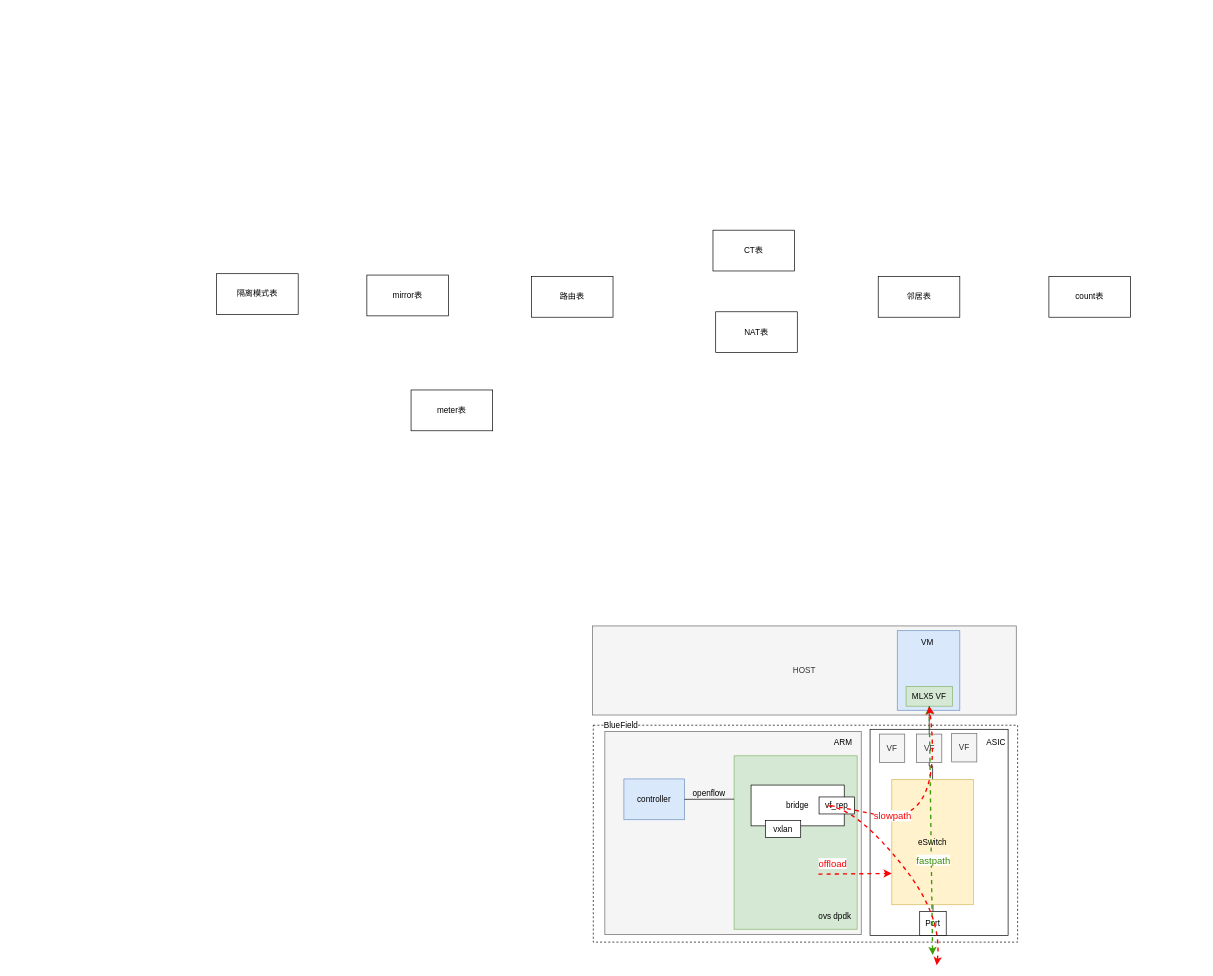
Earlier version of the draw.io diagram page "gw offload" (2 of 6) of dpdk.drawio (imoceanking/drawio). Source tidied: cells renumbered, new cells numbered last; positions are measured from the earlier drawing's top-left corner, leaving out a move shared by most shapes. Both pictures are drawn from the tidied source at 68%, with x=0, y=0 at pixel (216, 230).
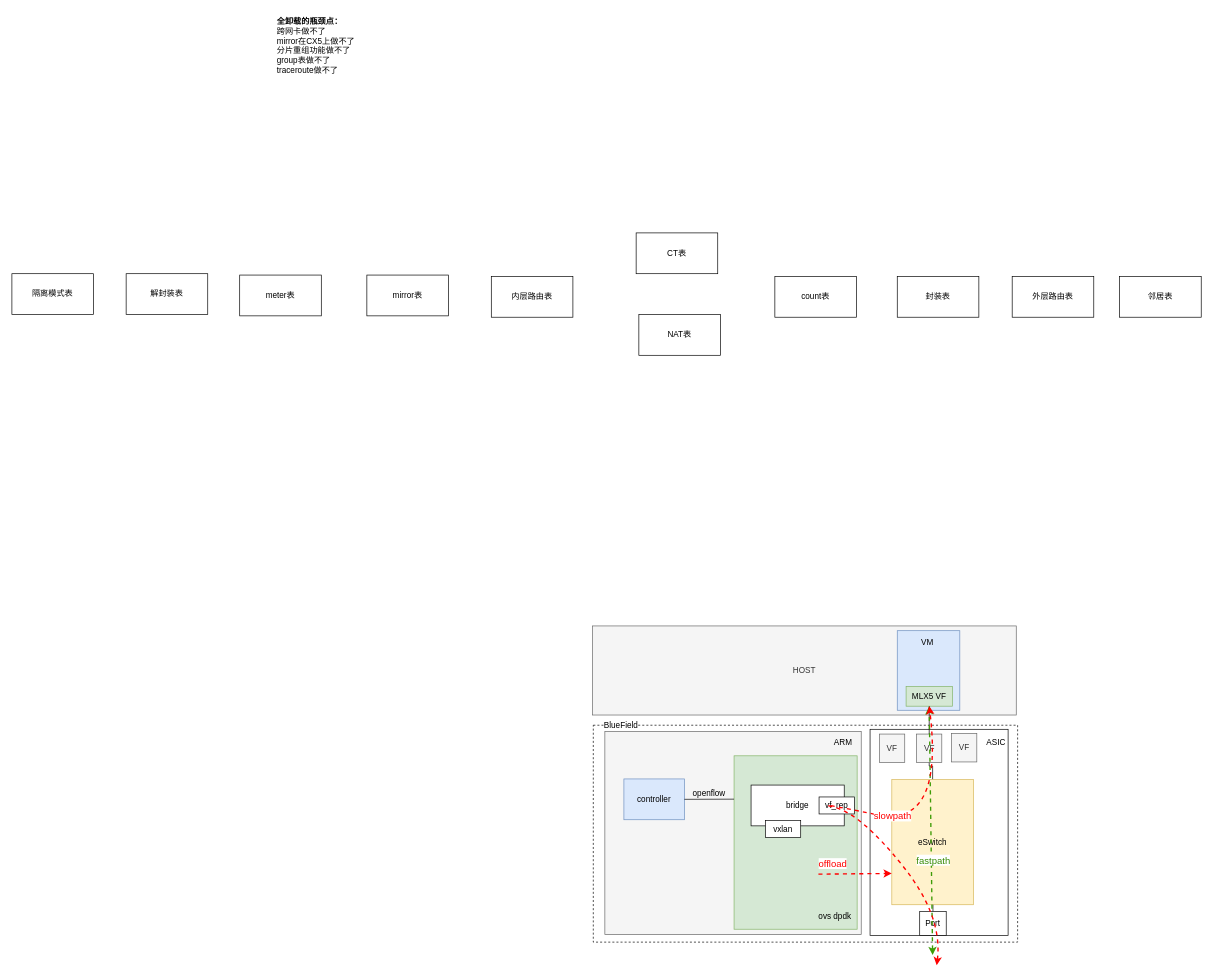
After the change.

Change to the diagram source:
```diff
@@
     <mxCell id="34" value="NAT表" style="whiteSpace=wrap;html=1;rounded=0;" parent="1" vertex="1">
-      <mxGeometry x="734" y="120" width="120" height="60" as="geometry" />
+      <mxGeometry x="621" y="124" width="120" height="60" as="geometry" />
     </mxCell>
     <mxCell id="35" value="CT表" style="whiteSpace=wrap;html=1;rounded=0;" parent="1" vertex="1">
-      <mxGeometry x="730" width="120" height="60" as="geometry" />
+      <mxGeometry x="617" y="4" width="120" height="60" as="geometry" />
     </mxCell>
-    <mxCell id="36" value="路由表" style="whiteSpace=wrap;html=1;rounded=0;" parent="1" vertex="1">
-      <mxGeometry x="463" y="68" width="120" height="60" as="geometry" />
+    <mxCell id="36" value="内层路由表" style="whiteSpace=wrap;html=1;rounded=0;" parent="1" vertex="1">
+      <mxGeometry x="404" y="68" width="120" height="60" as="geometry" />
     </mxCell>
     <mxCell id="37" value="邻居表" style="whiteSpace=wrap;html=1;rounded=0;" parent="1" vertex="1">
-      <mxGeometry x="973" y="68" width="120" height="60" as="geometry" />
+      <mxGeometry x="1328" y="68" width="120" height="60" as="geometry" />
     </mxCell>
@@
     <mxCell id="39" value="meter表" style="whiteSpace=wrap;html=1;rounded=0;" parent="1" vertex="1">
-      <mxGeometry x="286" y="235" width="120" height="60" as="geometry" />
+      <mxGeometry x="34" y="66" width="120" height="60" as="geometry" />
     </mxCell>
     <mxCell id="40" value="count表" style="whiteSpace=wrap;html=1;rounded=0;" parent="1" vertex="1">
-      <mxGeometry x="1224" y="68" width="120" height="60" as="geometry" />
+      <mxGeometry x="821" y="68" width="120" height="60" as="geometry" />
     </mxCell>
     <mxCell id="41" value="隔离模式表" style="whiteSpace=wrap;html=1;rounded=0;" parent="1" vertex="1">
-      <mxGeometry y="64" width="120" height="60" as="geometry" />
+      <mxGeometry x="-301" y="64" width="120" height="60" as="geometry" />
     </mxCell>
+    <mxCell id="42" value="&lt;div&gt;&lt;b&gt;全卸载的瓶颈点：&lt;/b&gt;&lt;/div&gt;&lt;div&gt;跨网卡做不了&lt;/div&gt;mirror在CX5上做不了&lt;div&gt;分片重组功能做不了&lt;/div&gt;&lt;div&gt;group表做不了&lt;/div&gt;&lt;div&gt;traceroute做不了&lt;/div&gt;&lt;div&gt;&lt;br&gt;&lt;/div&gt;" style="text;html=1;align=left;verticalAlign=middle;strokeColor=none;fillColor=none;" parent="1" vertex="1">
+      <mxGeometry x="87" y="-321" width="133" height="113" as="geometry" />
+    </mxCell>
+    <mxCell id="43" value="解封装表" style="whiteSpace=wrap;html=1;rounded=0;" parent="1" vertex="1">
+      <mxGeometry x="-133" y="64" width="120" height="60" as="geometry" />
+    </mxCell>
+    <mxCell id="44" value="封装表" style="whiteSpace=wrap;html=1;rounded=0;" parent="1" vertex="1">
+      <mxGeometry x="1001" y="68" width="120" height="60" as="geometry" />
+    </mxCell>
+    <mxCell id="45" value="外层路由表" style="whiteSpace=wrap;html=1;rounded=0;" parent="1" vertex="1">
+      <mxGeometry x="1170" y="68" width="120" height="60" as="geometry" />
+    </mxCell>
```
